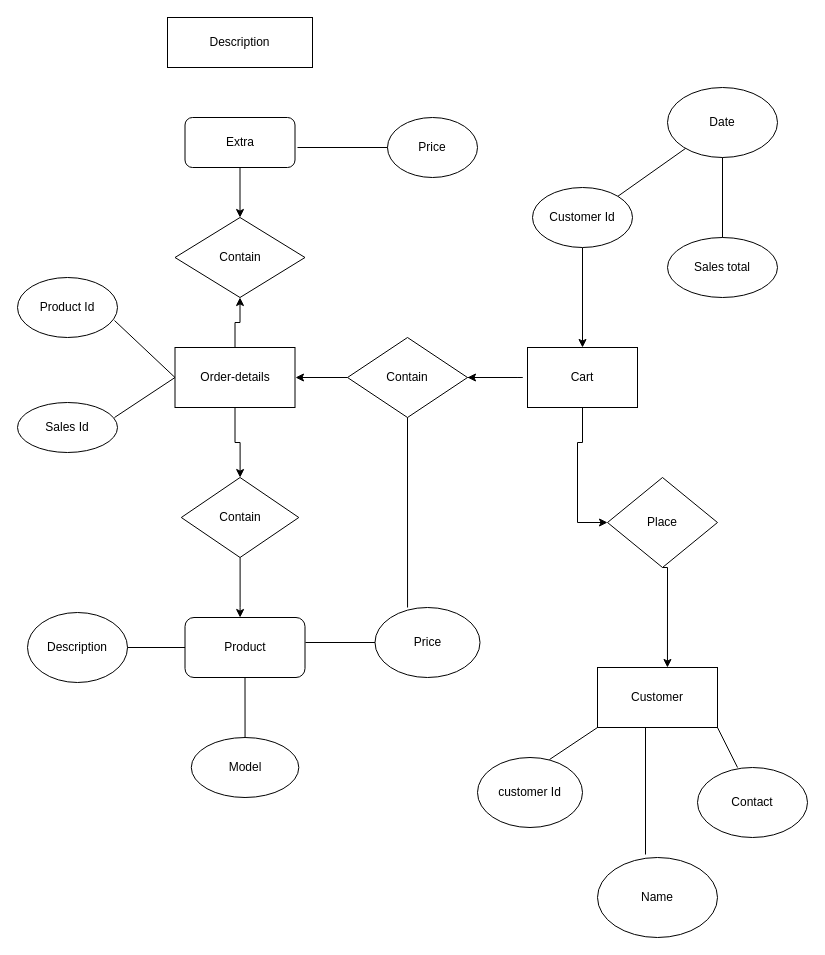
Earlier version of the draw.io diagram Untitled Diagram.drawio (MWESA/MWESA). Source tidied: cells renumbered, new cells numbered last; positions are measured from the earlier drawing's top-left corner, leaving out a move shared by most shapes. Both pictures are drawn from the tidied source at 100%, with x=0, y=0 at pixel (17, 17).
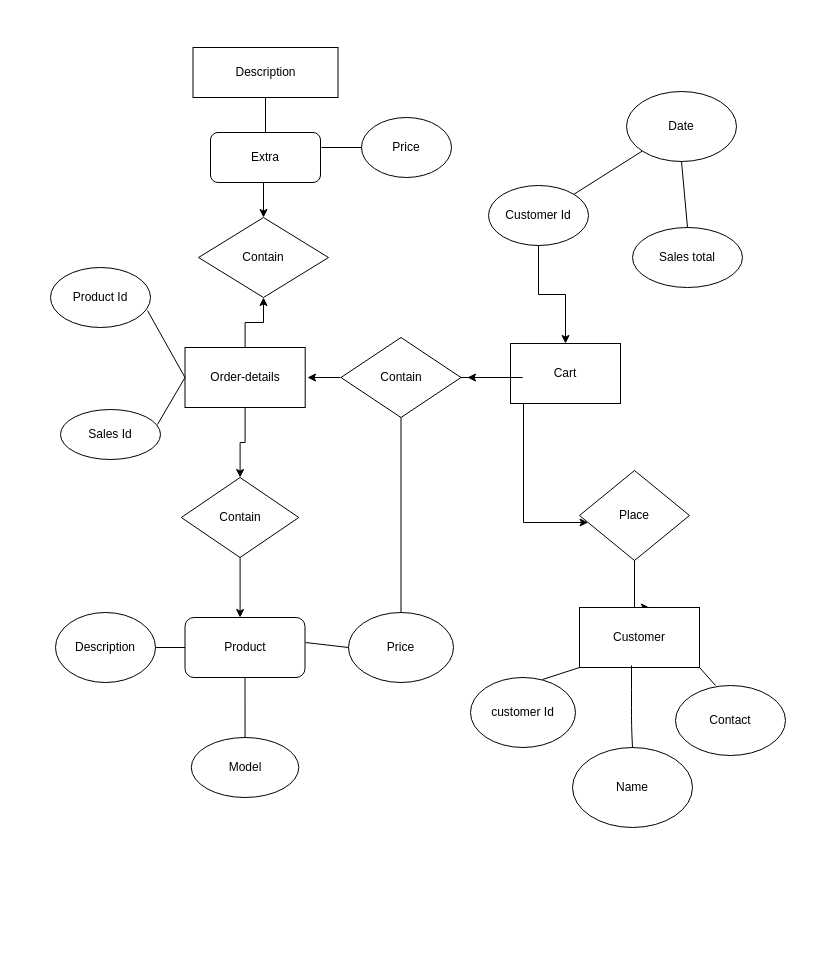
Above is the later version.

Diff of the diagram source:
```diff
@@
     <mxCell id="2" value="Description" style="whiteSpace=wrap;html=1;" parent="1" vertex="1">
-      <mxGeometry x="150" width="145" height="50" as="geometry" />
+      <mxGeometry x="175.5" y="30" width="145" height="50" as="geometry" />
     </mxCell>
@@
     <mxCell id="4" value="Extra" style="rounded=1;whiteSpace=wrap;html=1;" parent="1" vertex="1">
-      <mxGeometry x="167.5" y="100" width="110" height="50" as="geometry" />
+      <mxGeometry x="193" y="115" width="110" height="50" as="geometry" />
     </mxCell>
     <mxCell id="5" value="Contain" style="rhombus;whiteSpace=wrap;html=1;" parent="1" vertex="1">
-      <mxGeometry x="157.5" y="200" width="130" height="80" as="geometry" />
+      <mxGeometry x="181" y="200" width="130" height="80" as="geometry" />
     </mxCell>
@@
     <mxCell id="8" value="Order-details" style="rounded=0;whiteSpace=wrap;html=1;" parent="1" vertex="1">
-      <mxGeometry x="157.5" y="330" width="120" height="60" as="geometry" />
+      <mxGeometry x="167.5" y="330" width="120.2" height="60" as="geometry" />
     </mxCell>
     <mxCell id="9" value="&lt;div&gt;Product Id&lt;/div&gt;" style="ellipse;whiteSpace=wrap;html=1;" parent="1" vertex="1">
-      <mxGeometry y="260" width="100" height="60" as="geometry" />
+      <mxGeometry x="33" y="250" width="100" height="60" as="geometry" />
     </mxCell>
     <mxCell id="10" value="Price" style="ellipse;whiteSpace=wrap;html=1;" parent="1" vertex="1">
-      <mxGeometry x="370" y="100" width="90" height="60" as="geometry" />
+      <mxGeometry x="344" y="100" width="90" height="60" as="geometry" />
     </mxCell>
     <mxCell id="11" value="Sales Id" style="ellipse;whiteSpace=wrap;html=1;" parent="1" vertex="1">
-      <mxGeometry y="385" width="100" height="50" as="geometry" />
+      <mxGeometry x="43" y="392" width="100" height="50" as="geometry" />
     </mxCell>
     <mxCell id="12" value="Contain" style="rhombus;whiteSpace=wrap;html=1;" parent="1" vertex="1">
-      <mxGeometry x="330" y="320" width="120" height="80" as="geometry" />
+      <mxGeometry x="323.5" y="320" width="120" height="80" as="geometry" />
     </mxCell>
@@
     <mxCell id="16" value="Price" style="ellipse;whiteSpace=wrap;html=1;" parent="1" vertex="1">
-      <mxGeometry x="357.5" y="590" width="105" height="70" as="geometry" />
+      <mxGeometry x="331" y="595" width="105" height="70" as="geometry" />
     </mxCell>
     <mxCell id="17" value="Description" style="ellipse;whiteSpace=wrap;html=1;" parent="1" vertex="1">
-      <mxGeometry x="10" y="595" width="100" height="70" as="geometry" />
+      <mxGeometry x="38" y="595" width="100" height="70" as="geometry" />
     </mxCell>
@@
     <mxCell id="19" style="edgeStyle=orthogonalEdgeStyle;rounded=0;jettySize=auto;html=1;" parent="1" edge="1" source="20" target="26">
       <mxGeometry relative="1" as="geometry">
         <Array as="points">
-          <mxPoint x="565" y="425" />
-          <mxPoint x="560" y="425" />
-          <mxPoint x="560" y="505" />
+          <mxPoint x="506" y="505" />
         </Array>
       </mxGeometry>
     </mxCell>
     <mxCell id="20" value="Cart" style="rounded=0;whiteSpace=wrap;html=1;" parent="1" vertex="1">
-      <mxGeometry x="510" y="330" width="110" height="60" as="geometry" />
+      <mxGeometry x="493" y="326" width="110" height="60" as="geometry" />
     </mxCell>
@@
     <mxCell id="22" value="Customer Id" style="ellipse;whiteSpace=wrap;html=1;" parent="1" vertex="1">
-      <mxGeometry x="515" y="170" width="100" height="60" as="geometry" />
+      <mxGeometry x="471" y="168" width="100" height="60" as="geometry" />
     </mxCell>
     <mxCell id="23" value="Date" style="ellipse;whiteSpace=wrap;html=1;" parent="1" vertex="1">
-      <mxGeometry x="650" y="70" width="110" height="70" as="geometry" />
+      <mxGeometry x="609" y="74" width="110" height="70" as="geometry" />
     </mxCell>
     <mxCell id="24" value="Sales total" style="ellipse;whiteSpace=wrap;html=1;" parent="1" vertex="1">
-      <mxGeometry x="650" y="220" width="110" height="60" as="geometry" />
+      <mxGeometry x="615" y="210" width="110" height="60" as="geometry" />
     </mxCell>
     <mxCell id="25" style="edgeStyle=orthogonalEdgeStyle;rounded=0;jettySize=auto;html=1;exitX=0.5;exitY=1;exitDx=0;exitDy=0;entryX=0.583;entryY=0;entryDx=0;entryDy=0;entryPerimeter=0;" parent="1" edge="1" source="26" target="27">
       <mxGeometry relative="1" as="geometry">
         <Array as="points">
-          <mxPoint x="650" y="550" />
+          <mxPoint x="595" y="633" />
         </Array>
       </mxGeometry>
     </mxCell>
     <mxCell id="26" value="Place" style="rhombus;whiteSpace=wrap;html=1;" parent="1" vertex="1">
-      <mxGeometry x="590" y="460" width="110" height="90" as="geometry" />
+      <mxGeometry x="562" y="453" width="110" height="90" as="geometry" />
     </mxCell>
     <mxCell id="27" value="Customer" style="rounded=0;whiteSpace=wrap;html=1;" parent="1" vertex="1">
-      <mxGeometry x="580" y="650" width="120" height="60" as="geometry" />
+      <mxGeometry x="562" y="590" width="120" height="60" as="geometry" />
     </mxCell>
     <mxCell id="28" value="customer Id" style="ellipse;whiteSpace=wrap;html=1;" parent="1" vertex="1">
-      <mxGeometry x="460" y="740" width="105" height="70" as="geometry" />
+      <mxGeometry x="453" y="660" width="105" height="70" as="geometry" />
     </mxCell>
     <mxCell id="29" value="Contact" style="ellipse;whiteSpace=wrap;html=1;" parent="1" vertex="1">
-      <mxGeometry x="680" y="750" width="110" height="70" as="geometry" />
+      <mxGeometry x="658" y="668" width="110" height="70" as="geometry" />
     </mxCell>
     <mxCell id="30" value="Name" style="ellipse;whiteSpace=wrap;html=1;" parent="1" vertex="1">
-      <mxGeometry x="580" y="840" width="120" height="80" as="geometry" />
+      <mxGeometry x="555" y="730" width="120" height="80" as="geometry" />
     </mxCell>
@@
-    <mxCell id="32" style="endArrow=none;html=1;entryX=0.31;entryY=0;entryDx=0;entryDy=0;exitX=0.5;exitY=1;exitDx=0;exitDy=0;entryPerimeter=0;" parent="1" edge="1" source="12" target="16">
+    <mxCell id="32" style="endArrow=none;html=1;entryX=0.5;entryY=0;entryDx=0;entryDy=0;exitX=0.5;exitY=1;exitDx=0;exitDy=0;" parent="1" edge="1" source="12" target="16">
       <mxGeometry relative="1" as="geometry" />
     </mxCell>
-    <mxCell id="33" style="endArrow=classic;html=1;exitX=0;exitY=0.5;exitDx=0;exitDy=0;" parent="1" edge="1" source="12">
-      <mxGeometry relative="1" as="geometry">
-        <mxPoint x="278" y="360" as="targetPoint" />
-      </mxGeometry>
-    </mxCell>
@@
-    <mxCell id="36" style="endArrow=none;html=1;" parent="1" edge="1">
+    <mxCell id="36" style="endArrow=none;html=1;exitX=0.5;exitY=0;exitDx=0;exitDy=0;" parent="1" edge="1" source="30">
       <mxGeometry relative="1" as="geometry">
-        <mxPoint x="628" y="837" as="sourcePoint" />
-        <mxPoint x="628" y="710" as="targetPoint" />
+        <mxPoint x="614" y="648" as="targetPoint" />
+        <Array as="points">
+          <mxPoint x="614" y="708" />
+          <mxPoint x="614" y="682" />
+        </Array>
       </mxGeometry>
     </mxCell>
@@
     <mxCell id="42" style="endArrow=none;html=1;entryX=0;entryY=0.5;entryDx=0;entryDy=0;" parent="1" edge="1" target="10">
       <mxGeometry relative="1" as="geometry">
-        <mxPoint x="280" y="130" as="sourcePoint" />
+        <mxPoint x="304" y="130" as="sourcePoint" />
       </mxGeometry>
     </mxCell>
@@
+    <mxCell id="45" style="endArrow=none;html=1;exitX=0.5;exitY=0;exitDx=0;exitDy=0;entryX=0.5;entryY=1;entryDx=0;entryDy=0;" parent="1" edge="1" source="4" target="2">
+      <mxGeometry relative="1" as="geometry" />
+    </mxCell>
+    <mxCell id="46" style="endArrow=classic;html=1;" parent="1" edge="1">
+      <mxGeometry relative="1" as="geometry">
+        <mxPoint x="323" y="360" as="sourcePoint" />
+        <mxPoint x="290" y="360" as="targetPoint" />
+      </mxGeometry>
+    </mxCell>
```
